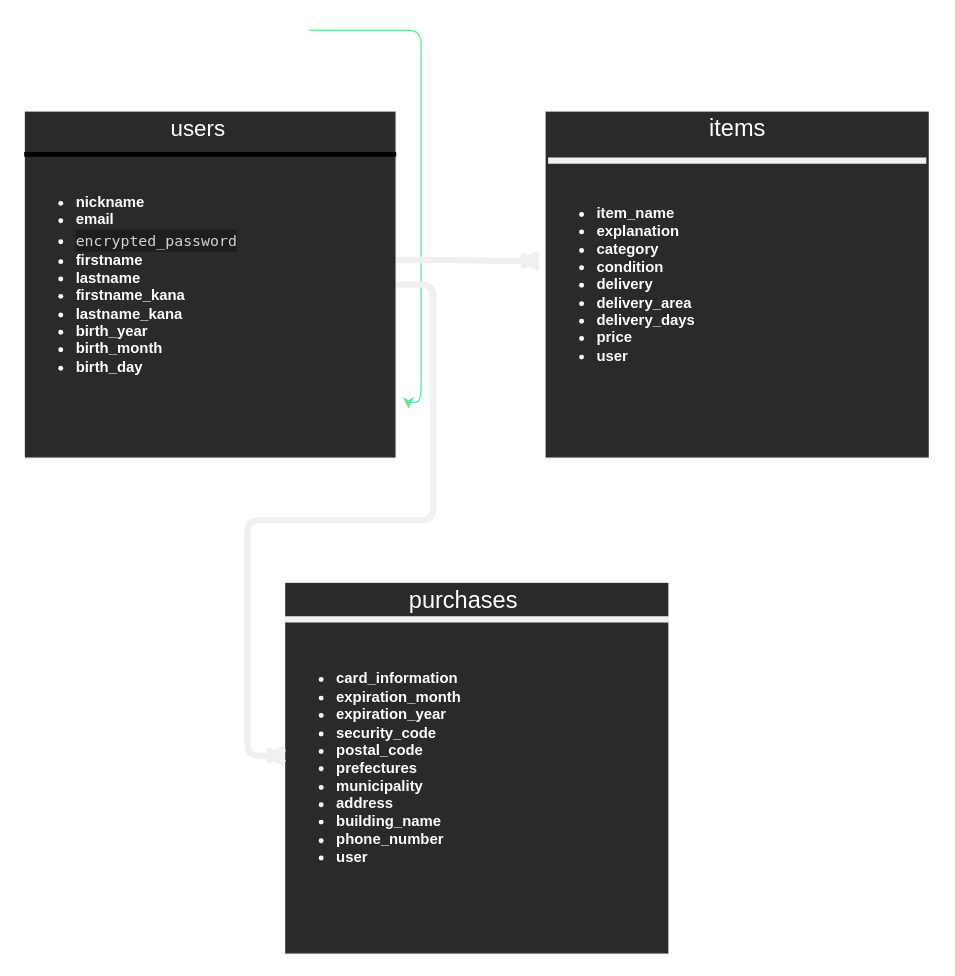
hiromu-t396/furima-32093 keeps this draw.io diagram as furima.dio. Above is the earlier version. Source tidied: cells renumbered, new cells numbered last; positions are measured from the earlier drawing's top-left corner, leaving out a move shared by most shapes. Both pictures are drawn from the tidied source at 124%, with x=0, y=0 at pixel (24, -88).
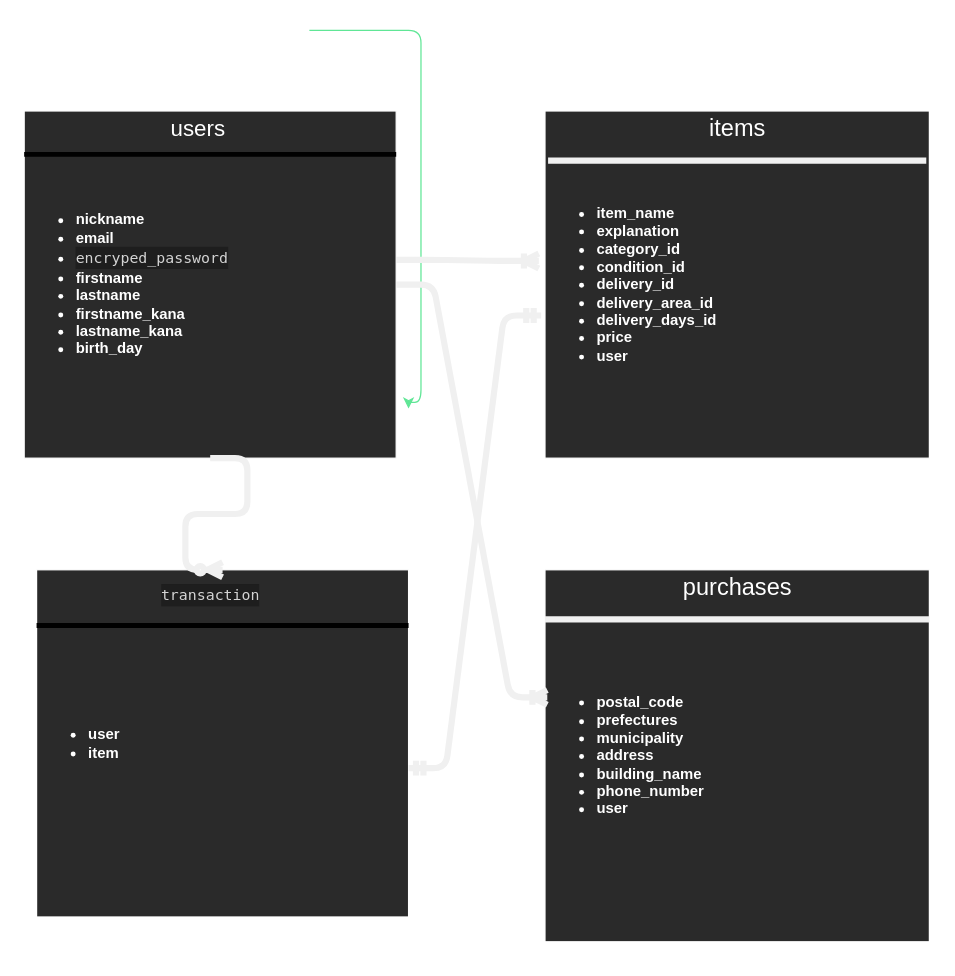
Above is the later version.

Commit message (it also covers changes not shown here):
README修正(取引後テーブル追加)

Diff of the diagram source:
```diff
@@
-    <mxCell id="5" value="&lt;ul&gt;&lt;li&gt;nickname&lt;/li&gt;&lt;li&gt;email&lt;/li&gt;&lt;li&gt;&lt;div style=&quot;color: rgb(212 , 212 , 212) ; background-color: rgb(30 , 30 , 30) ; font-family: &amp;#34;menlo&amp;#34; , &amp;#34;monaco&amp;#34; , &amp;#34;courier new&amp;#34; , monospace ; font-weight: normal ; line-height: 18px&quot;&gt;encrypted_password&lt;/div&gt;&lt;/li&gt;&lt;li&gt;firstname&lt;/li&gt;&lt;li&gt;lastname&lt;/li&gt;&lt;li&gt;firstname_kana&lt;/li&gt;&lt;li&gt;lastname_kana&lt;/li&gt;&lt;li&gt;birth_year&lt;/li&gt;&lt;li&gt;birth_month&lt;/li&gt;&lt;li&gt;birth_day&lt;/li&gt;&lt;/ul&gt;" style="rounded=0;whiteSpace=wrap;html=1;shadow=0;labelBackgroundColor=none;sketch=0;strokeWidth=1;fillColor=#2a2a2a;fontColor=#FFFFFF;align=left;fontStyle=1;strokeColor=#FFFFFF;" parent="1" vertex="1">
+    <mxCell id="5" value="&lt;ul&gt;&lt;li&gt;nickname&lt;/li&gt;&lt;li&gt;email&lt;/li&gt;&lt;li&gt;&lt;div style=&quot;color: rgb(212 , 212 , 212) ; background-color: rgb(30 , 30 , 30) ; font-family: &amp;#34;menlo&amp;#34; , &amp;#34;monaco&amp;#34; , &amp;#34;courier new&amp;#34; , monospace ; font-weight: normal ; line-height: 18px&quot;&gt;encryped_password&lt;/div&gt;&lt;/li&gt;&lt;li&gt;firstname&lt;/li&gt;&lt;li&gt;lastname&lt;/li&gt;&lt;li&gt;firstname_kana&lt;/li&gt;&lt;li&gt;lastname_kana&lt;/li&gt;&lt;li&gt;birth_day&lt;/li&gt;&lt;/ul&gt;" style="rounded=0;whiteSpace=wrap;html=1;shadow=0;labelBackgroundColor=none;sketch=0;strokeWidth=1;fillColor=#2a2a2a;fontColor=#FFFFFF;align=left;fontStyle=1;strokeColor=#FFFFFF;" parent="1" vertex="1">
       <mxGeometry y="160" width="300" height="280" as="geometry" />
     </mxCell>
@@
-    <mxCell id="8" value="&lt;ul&gt;&lt;li&gt;item_name&lt;/li&gt;&lt;li&gt;explanation&lt;/li&gt;&lt;li&gt;category&lt;/li&gt;&lt;li&gt;condition&lt;/li&gt;&lt;li&gt;delivery&lt;/li&gt;&lt;li&gt;delivery_area&lt;/li&gt;&lt;li&gt;delivery_days&lt;/li&gt;&lt;li&gt;price&lt;/li&gt;&lt;li&gt;user&lt;/li&gt;&lt;/ul&gt;" style="rounded=0;whiteSpace=wrap;html=1;shadow=0;labelBackgroundColor=none;sketch=0;strokeWidth=1;fillColor=#2a2a2a;fontColor=#FFFFFF;align=left;fontStyle=1;strokeColor=#FFFFFF;" parent="1" vertex="1">
+    <mxCell id="8" value="&lt;ul&gt;&lt;li&gt;item_name&lt;/li&gt;&lt;li&gt;explanation&lt;/li&gt;&lt;li&gt;category_id&lt;/li&gt;&lt;li&gt;condition_id&lt;/li&gt;&lt;li&gt;delivery_id&lt;/li&gt;&lt;li&gt;delivery_area_id&lt;/li&gt;&lt;li&gt;delivery_days_id&lt;/li&gt;&lt;li&gt;price&lt;/li&gt;&lt;li&gt;user&lt;/li&gt;&lt;/ul&gt;" style="rounded=0;whiteSpace=wrap;html=1;shadow=0;labelBackgroundColor=none;sketch=0;strokeWidth=1;fillColor=#2a2a2a;fontColor=#FFFFFF;align=left;fontStyle=1;strokeColor=#FFFFFF;" parent="1" vertex="1">
       <mxGeometry x="420" y="160" width="310" height="280" as="geometry" />
     </mxCell>
-    <mxCell id="9" value="&lt;ul&gt;&lt;li&gt;card_information&lt;/li&gt;&lt;li&gt;expiration_month&lt;/li&gt;&lt;li&gt;expiration_year&lt;/li&gt;&lt;li&gt;security_code&lt;/li&gt;&lt;li&gt;postal_code&lt;/li&gt;&lt;li&gt;prefectures&lt;/li&gt;&lt;li&gt;municipality&lt;/li&gt;&lt;li&gt;address&lt;/li&gt;&lt;li&gt;building_name&lt;/li&gt;&lt;li&gt;phone_number&lt;/li&gt;&lt;li&gt;user&lt;/li&gt;&lt;/ul&gt;" style="rounded=0;whiteSpace=wrap;html=1;shadow=0;labelBackgroundColor=none;sketch=0;strokeWidth=1;fillColor=#2a2a2a;fontColor=#FFFFFF;align=left;fontStyle=1;strokeColor=#FFFFFF;" parent="1" vertex="1">
-      <mxGeometry x="210" y="540" width="310" height="300" as="geometry" />
+    <mxCell id="9" value="&lt;ul&gt;&lt;li&gt;&lt;span&gt;postal_code&lt;/span&gt;&lt;br&gt;&lt;/li&gt;&lt;li&gt;prefectures&lt;/li&gt;&lt;li&gt;municipality&lt;/li&gt;&lt;li&gt;address&lt;/li&gt;&lt;li&gt;building_name&lt;/li&gt;&lt;li&gt;phone_number&lt;/li&gt;&lt;li&gt;user&lt;/li&gt;&lt;/ul&gt;" style="rounded=0;whiteSpace=wrap;html=1;shadow=0;labelBackgroundColor=none;sketch=0;strokeWidth=1;fillColor=#2a2a2a;fontColor=#FFFFFF;align=left;fontStyle=1;strokeColor=#FFFFFF;" parent="1" vertex="1">
+      <mxGeometry x="420" y="530" width="310" height="300" as="geometry" />
     </mxCell>
@@
     <mxCell id="12" style="endArrow=none;html=1;strokeColor=#f0f0f0;fillColor=#F694C1;fontSize=19;fontColor=#FFFFFF;strokeWidth=5;" parent="1" edge="1">
       <mxGeometry relative="1" as="geometry">
-        <mxPoint x="210" y="570" as="sourcePoint" />
-        <mxPoint x="520" y="570" as="targetPoint" />
+        <mxPoint x="420" y="570" as="sourcePoint" />
+        <mxPoint x="730" y="570" as="targetPoint" />
         <Array as="points">
-          <mxPoint x="360" y="570" />
+          <mxPoint x="570" y="570" />
         </Array>
       </mxGeometry>
     </mxCell>
     <mxCell id="13" value="purchases" style="text;html=1;align=center;verticalAlign=middle;fontSize=19;fontColor=#FFFFFF;" parent="1" vertex="1">
-      <mxGeometry x="304" y="540" width="100" height="30" as="geometry" />
+      <mxGeometry x="525" y="530" width="100" height="30" as="geometry" />
     </mxCell>
-    <mxCell id="14" style="edgeStyle=entityRelationEdgeStyle;fontSize=12;html=1;endArrow=ERoneToMany;strokeColor=#f0f0f0;strokeWidth=5;fillColor=#F694C1;" parent="1" edge="1" source="5">
-      <mxGeometry relative="1" as="geometry">
-        <mxPoint x="210" y="680" as="targetPoint" />
-      </mxGeometry>
+    <mxCell id="14" style="edgeStyle=entityRelationEdgeStyle;fontSize=12;html=1;endArrow=ERoneToMany;strokeColor=#f0f0f0;strokeWidth=5;fillColor=#F694C1;entryX=0.006;entryY=0.343;entryDx=0;entryDy=0;entryPerimeter=0;" parent="1" edge="1" source="5" target="9">
+      <mxGeometry relative="1" as="geometry" />
     </mxCell>
@@
+    <mxCell id="16" value="&lt;ul&gt;&lt;li&gt;user&lt;/li&gt;&lt;li&gt;item&lt;/li&gt;&lt;/ul&gt;" style="rounded=0;whiteSpace=wrap;html=1;shadow=0;labelBackgroundColor=none;sketch=0;strokeWidth=1;fillColor=#2a2a2a;fontColor=#FFFFFF;align=left;fontStyle=1;strokeColor=#FFFFFF;" parent="1" vertex="1">
+      <mxGeometry x="10" y="530" width="300" height="280" as="geometry" />
+    </mxCell>
+    <mxCell id="17" style="line;strokeWidth=4;html=1;perimeter=backbonePerimeter;rounded=0;shadow=0;labelBackgroundColor=none;sketch=0;fillColor=#2a2a2a;fontColor=#FFFFFF;align=center;" parent="1" vertex="1">
+      <mxGeometry x="10" y="570" width="300" height="10" as="geometry" />
+    </mxCell>
+    <mxCell id="18" value="&lt;div style=&quot;color: rgb(212 , 212 , 212) ; background-color: rgb(30 , 30 , 30) ; font-family: &amp;#34;menlo&amp;#34; , &amp;#34;monaco&amp;#34; , &amp;#34;courier new&amp;#34; , monospace ; font-size: 12px ; line-height: 18px&quot;&gt;transaction&lt;/div&gt;" style="text;html=1;align=center;verticalAlign=middle;fontSize=19;fontColor=#FFFFFF;" parent="1" vertex="1">
+      <mxGeometry x="105" y="540" width="90" height="20" as="geometry" />
+    </mxCell>
+    <mxCell id="19" style="edgeStyle=entityRelationEdgeStyle;fontSize=12;html=1;endArrow=ERzeroToMany;endFill=1;strokeColor=#f0f0f0;strokeWidth=5;fillColor=#F694C1;entryX=0.5;entryY=0;entryDx=0;entryDy=0;" parent="1" edge="1" target="16">
+      <mxGeometry relative="1" as="geometry">
+        <mxPoint x="150" y="440" as="sourcePoint" />
+      </mxGeometry>
+    </mxCell>
+    <mxCell id="20" style="edgeStyle=entityRelationEdgeStyle;fontSize=12;html=1;endArrow=ERmandOne;startArrow=ERmandOne;strokeColor=#f0f0f0;strokeWidth=5;fillColor=#F694C1;entryX=-0.01;entryY=0.589;entryDx=0;entryDy=0;entryPerimeter=0;" parent="1" edge="1" target="8">
+      <mxGeometry relative="1" as="geometry">
+        <mxPoint x="310" y="690" as="sourcePoint" />
+      </mxGeometry>
+    </mxCell>
```
